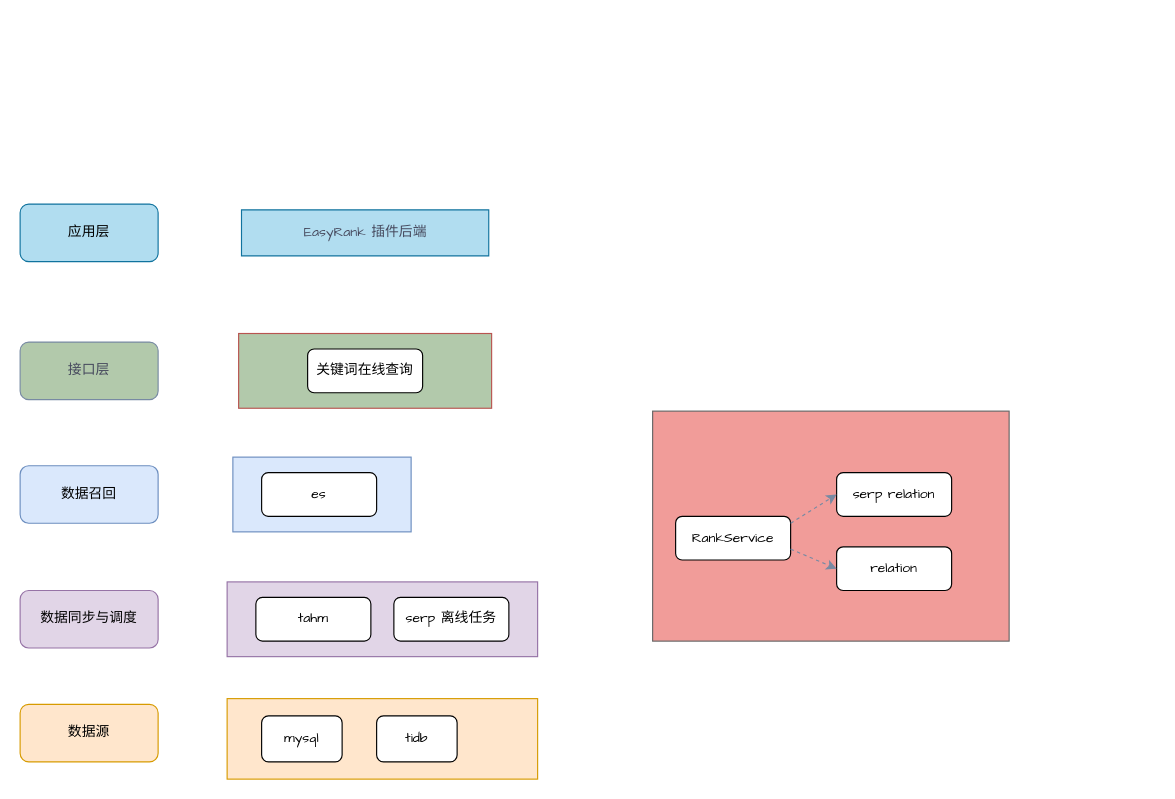
This is page "keywords-build" (2 of 2) of seo.drawio from silan-liu/drawio, a draw.io file, before an edit. Source tidied: cells renumbered, new cells numbered last; positions are measured from the earlier drawing's top-left corner, leaving out a move shared by most shapes. Both pictures are drawn from the tidied source at 115%, with x=0, y=0 at pixel (20, 204).
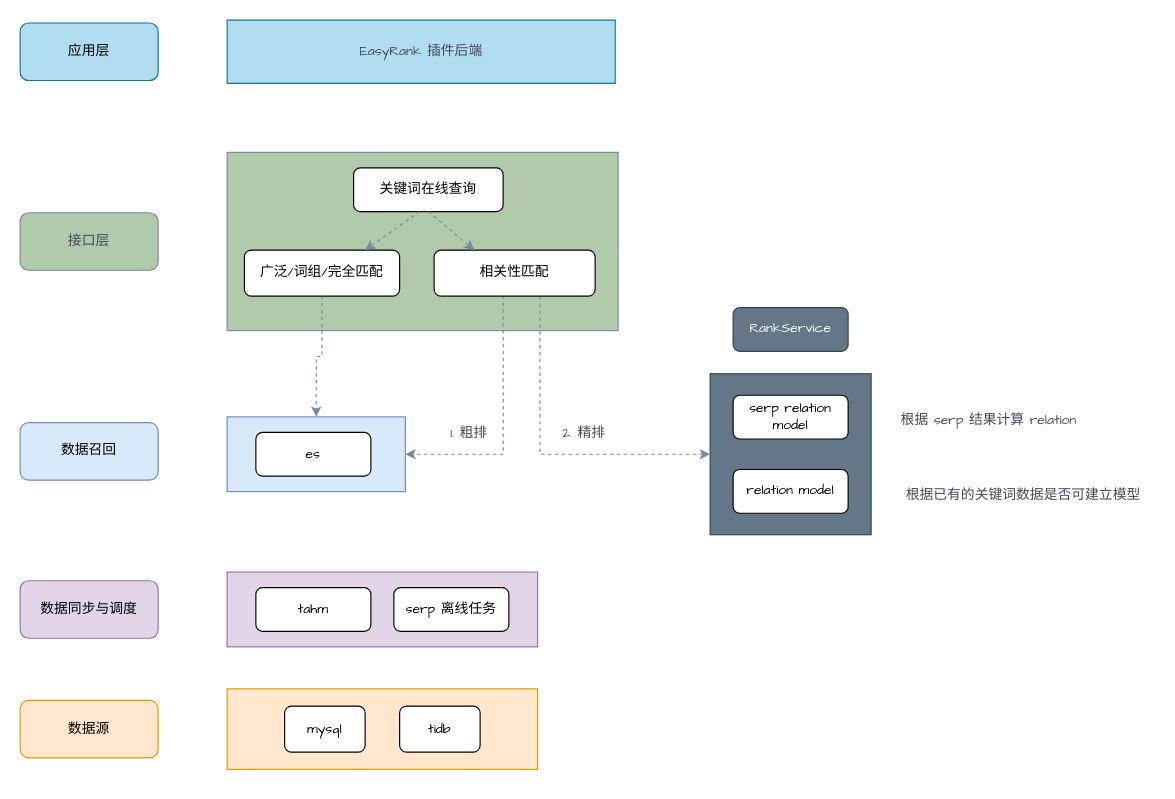
Above is the later version.

What changed in the source:
```diff
@@
     <mxCell id="2" value="数据源" style="rounded=1;whiteSpace=wrap;html=1;fillColor=#ffe6cc;strokeColor=#d79b00;fontFamily=Comic Sans MS;fontSize=12;" parent="1" vertex="1">
-      <mxGeometry y="435" width="120" height="50" as="geometry" />
+      <mxGeometry y="431.5" width="120" height="50" as="geometry" />
     </mxCell>
     <mxCell id="3" value="接口层" style="rounded=1;whiteSpace=wrap;html=1;fillColor=#B2C9AB;strokeColor=#788AA3;fontColor=#46495D;fontFamily=Comic Sans MS;fontSize=12;" parent="1" vertex="1">
-      <mxGeometry y="120" width="120" height="50" as="geometry" />
+      <mxGeometry y="7.5" width="120" height="50" as="geometry" />
     </mxCell>
     <mxCell id="4" value="应用层" style="rounded=1;whiteSpace=wrap;html=1;fillColor=#b1ddf0;strokeColor=#10739e;fontFamily=Comic Sans MS;fontSize=12;" parent="1" vertex="1">
-      <mxGeometry width="120" height="50" as="geometry" />
+      <mxGeometry y="-157.5" width="120" height="50" as="geometry" />
     </mxCell>
     <mxCell id="5" style="shape=table;startSize=0;childLayout=tableLayout;comic=0;strokeColor=#10739e;fillColor=#b1ddf0;fontFamily=Comic Sans MS;fontSize=12;" parent="1" vertex="1">
-      <mxGeometry x="192.5" y="5" width="215" height="40" as="geometry" />
+      <mxGeometry x="180" y="-160" width="337.5" height="55" as="geometry" />
     </mxCell>
     <mxCell id="6" style="shape=tableRow;horizontal=0;startSize=0;swimlaneHead=0;swimlaneBody=0;top=0;left=0;bottom=0;right=0;fillColor=none;comic=0;strokeColor=#788AA3;fontColor=#46495D;fontFamily=Comic Sans MS;fontSize=12;" parent="5" vertex="1">
-      <mxGeometry width="215" height="40" as="geometry" />
+      <mxGeometry width="337.5" height="55" as="geometry" />
     </mxCell>
     <mxCell id="7" value="EasyRank 插件后端" style="shape=partialRectangle;html=1;whiteSpace=wrap;overflow=hidden;fillColor=none;top=0;left=0;bottom=0;right=0;comic=0;strokeColor=#788AA3;fontColor=#46495D;fontFamily=Comic Sans MS;fontSize=12;" parent="6" vertex="1">
-      <mxGeometry width="215" height="40" as="geometry" />
+      <mxGeometry width="338" height="55" as="geometry" />
     </mxCell>
     <mxCell id="8" style="rounded=0;whiteSpace=wrap;html=1;fillColor=#ffe6cc;strokeColor=#d79b00;fontFamily=Comic Sans MS;fontSize=12;" parent="1" vertex="1">
-      <mxGeometry x="180" y="430" width="270" height="70" as="geometry" />
+      <mxGeometry x="180" y="421.5" width="270" height="70" as="geometry" />
     </mxCell>
     <mxCell id="9" value="mysql" style="rounded=1;whiteSpace=wrap;html=1;comic=0;fontFamily=Comic Sans MS;fontSize=12;" parent="1" vertex="1">
-      <mxGeometry x="210" y="445" width="70" height="40" as="geometry" />
+      <mxGeometry x="230" y="436.5" width="70" height="40" as="geometry" />
     </mxCell>
     <mxCell id="10" value="tidb" style="rounded=1;whiteSpace=wrap;html=1;comic=0;fontFamily=Comic Sans MS;fontSize=12;" parent="1" vertex="1">
-      <mxGeometry x="310" y="445" width="70" height="40" as="geometry" />
+      <mxGeometry x="330" y="436.5" width="70" height="40" as="geometry" />
     </mxCell>
     <mxCell id="11" style="rounded=0;whiteSpace=wrap;html=1;fillColor=#e1d5e7;strokeColor=#9673a6;fontFamily=Comic Sans MS;fontSize=12;" parent="1" vertex="1">
-      <mxGeometry x="180" y="328.5" width="270" height="65" as="geometry" />
+      <mxGeometry x="180" y="320" width="270" height="65" as="geometry" />
     </mxCell>
     <mxCell id="12" value="tahm" style="rounded=1;whiteSpace=wrap;html=1;comic=0;fontFamily=Comic Sans MS;fontSize=12;" parent="1" vertex="1">
-      <mxGeometry x="205" y="342" width="100" height="38" as="geometry" />
+      <mxGeometry x="205" y="333.5" width="100" height="38" as="geometry" />
     </mxCell>
     <mxCell id="13" style="rounded=0;whiteSpace=wrap;html=1;fillColor=#dae8fc;strokeColor=#6c8ebf;fontFamily=Comic Sans MS;fontSize=12;" parent="1" vertex="1">
-      <mxGeometry x="185" y="220" width="155" height="65" as="geometry" />
+      <mxGeometry x="180" y="185" width="155" height="65" as="geometry" />
     </mxCell>
     <mxCell id="14" value="es" style="rounded=1;whiteSpace=wrap;html=1;comic=0;fontFamily=Comic Sans MS;fontSize=12;" parent="1" vertex="1">
-      <mxGeometry x="210" y="233.5" width="100" height="38" as="geometry" />
+      <mxGeometry x="205" y="198.5" width="100" height="38" as="geometry" />
     </mxCell>
-    <mxCell id="15" style="rounded=0;whiteSpace=wrap;html=1;fillColor=#F19C99;strokeColor=#666666;fontFamily=Comic Sans MS;fontSize=12;fontColor=#333333;" parent="1" vertex="1">
-      <mxGeometry x="550" y="180" width="310" height="200" as="geometry" />
+    <mxCell id="15" style="rounded=0;whiteSpace=wrap;html=1;fillColor=#647687;strokeColor=#314354;fontFamily=Comic Sans MS;fontSize=12;fontColor=#ffffff;" parent="1" vertex="1">
+      <mxGeometry x="600" y="147.5" width="140" height="140" as="geometry" />
     </mxCell>
-    <mxCell id="16" value="RankService" style="rounded=1;whiteSpace=wrap;html=1;comic=0;fontFamily=Comic Sans MS;fontSize=12;" parent="1" vertex="1">
-      <mxGeometry x="570" y="271.5" width="100" height="38" as="geometry" />
+    <mxCell id="16" value="RankService" style="rounded=1;whiteSpace=wrap;html=1;comic=0;fontFamily=Comic Sans MS;fontSize=12;fillColor=#647687;fontColor=#ffffff;strokeColor=#314354;" parent="1" vertex="1">
+      <mxGeometry x="620" y="90" width="100" height="38" as="geometry" />
     </mxCell>
-    <mxCell id="17" style="rounded=0;whiteSpace=wrap;html=1;fillColor=#B2C9AB;strokeColor=#b85450;fontFamily=Comic Sans MS;fontSize=12;" parent="1" vertex="1">
-      <mxGeometry x="190" y="112.5" width="220" height="65" as="geometry" />
+    <mxCell id="17" style="rounded=0;whiteSpace=wrap;html=1;fillColor=#B2C9AB;strokeColor=#788AA3;fontFamily=Comic Sans MS;fontSize=12;" parent="1" vertex="1">
+      <mxGeometry x="180" y="-45" width="340" height="155" as="geometry" />
     </mxCell>
     <mxCell id="18" value="&lt;span style=&quot;color: rgb(0, 0, 0);&quot;&gt;关键词在线查询&lt;/span&gt;" style="rounded=1;whiteSpace=wrap;html=1;comic=0;fontFamily=Comic Sans MS;fontSize=12;" parent="1" vertex="1">
-      <mxGeometry x="250" y="126" width="100" height="38" as="geometry" />
+      <mxGeometry x="290" y="-31.5" width="130" height="38" as="geometry" />
     </mxCell>
     <mxCell id="19" value="serp 离线任务" style="rounded=1;whiteSpace=wrap;html=1;comic=0;fontFamily=Comic Sans MS;fontSize=12;" parent="1" vertex="1">
-      <mxGeometry x="325" y="342" width="100" height="38" as="geometry" />
+      <mxGeometry x="325" y="333.5" width="100" height="38" as="geometry" />
     </mxCell>
     <mxCell id="20" value="数据同步与调度" style="rounded=1;whiteSpace=wrap;html=1;fillColor=#e1d5e7;strokeColor=#9673a6;fontFamily=Comic Sans MS;fontSize=12;" parent="1" vertex="1">
-      <mxGeometry y="336" width="120" height="50" as="geometry" />
+      <mxGeometry y="327.5" width="120" height="50" as="geometry" />
     </mxCell>
     <mxCell id="21" value="数据召回" style="rounded=1;whiteSpace=wrap;html=1;fillColor=#dae8fc;strokeColor=#6c8ebf;fontFamily=Comic Sans MS;fontSize=12;" parent="1" vertex="1">
-      <mxGeometry y="227.5" width="120" height="50" as="geometry" />
+      <mxGeometry y="190" width="120" height="50" as="geometry" />
     </mxCell>
-    <mxCell id="22" value="serp relation" style="rounded=1;whiteSpace=wrap;html=1;comic=0;fontFamily=Comic Sans MS;fontSize=12;" parent="1" vertex="1">
-      <mxGeometry x="710" y="233.5" width="100" height="38" as="geometry" />
+    <mxCell id="22" value="serp relation model" style="rounded=1;whiteSpace=wrap;html=1;comic=0;fontFamily=Comic Sans MS;fontSize=12;" parent="1" vertex="1">
+      <mxGeometry x="620" y="166.2" width="100" height="38" as="geometry" />
     </mxCell>
-    <mxCell id="23" value="relation" style="rounded=1;whiteSpace=wrap;html=1;comic=0;fontFamily=Comic Sans MS;fontSize=12;" parent="1" vertex="1">
-      <mxGeometry x="710" y="298" width="100" height="38" as="geometry" />
+    <mxCell id="23" value="relation model" style="rounded=1;whiteSpace=wrap;html=1;comic=0;fontFamily=Comic Sans MS;fontSize=12;" parent="1" vertex="1">
+      <mxGeometry x="620" y="230.8" width="100" height="38" as="geometry" />
     </mxCell>
-    <mxCell id="24" style="endArrow=classic;html=1;rounded=0;dashed=1;strokeColor=#788AA3;fontFamily=Comic Sans MS;fontSize=12;fontColor=#46495D;fillColor=#B2C9AB;entryX=0;entryY=0.5;entryDx=0;entryDy=0;" parent="1" edge="1" target="22">
-      <mxGeometry relative="1" as="geometry">
-        <mxPoint x="670" y="277.5" as="sourcePoint" />
-      </mxGeometry>
-    </mxCell>
-    <mxCell id="25" style="endArrow=classic;html=1;rounded=0;dashed=1;strokeColor=#788AA3;fontFamily=Comic Sans MS;fontSize=12;fontColor=#46495D;fillColor=#B2C9AB;exitX=1;exitY=0.75;exitDx=0;exitDy=0;entryX=0;entryY=0.5;entryDx=0;entryDy=0;" parent="1" edge="1" source="16" target="23">
-      <mxGeometry relative="1" as="geometry" />
-    </mxCell>
+    <mxCell id="26" style="edgeStyle=orthogonalEdgeStyle;rounded=0;jettySize=auto;html=1;entryX=0.5;entryY=0;entryDx=0;entryDy=0;dashed=1;strokeColor=#788AA3;fontFamily=Comic Sans MS;fontSize=12;fontColor=#46495D;fillColor=#B2C9AB;" parent="1" edge="1" source="27" target="13">
+      <mxGeometry relative="1" as="geometry" />
+    </mxCell>
+    <mxCell id="27" value="广泛/词组/完全匹配" style="rounded=1;whiteSpace=wrap;html=1;comic=0;fontFamily=Comic Sans MS;fontSize=12;" parent="1" vertex="1">
+      <mxGeometry x="195" y="40" width="135" height="40" as="geometry" />
+    </mxCell>
+    <mxCell id="28" style="edgeStyle=orthogonalEdgeStyle;rounded=0;jettySize=auto;html=1;entryX=1;entryY=0.5;entryDx=0;entryDy=0;dashed=1;strokeColor=#788AA3;fontFamily=Comic Sans MS;fontSize=12;fontColor=#46495D;fillColor=#B2C9AB;exitX=0.429;exitY=0.988;exitDx=0;exitDy=0;exitPerimeter=0;" parent="1" edge="1" source="30" target="13">
+      <mxGeometry relative="1" as="geometry" />
+    </mxCell>
+    <mxCell id="29" style="edgeStyle=orthogonalEdgeStyle;rounded=0;jettySize=auto;html=1;exitX=0.657;exitY=1.013;exitDx=0;exitDy=0;entryX=0;entryY=0.5;entryDx=0;entryDy=0;dashed=1;strokeColor=#788AA3;fontFamily=Comic Sans MS;fontSize=12;fontColor=#46495D;fillColor=#B2C9AB;exitPerimeter=0;" parent="1" edge="1" source="30" target="15">
+      <mxGeometry relative="1" as="geometry" />
+    </mxCell>
+    <mxCell id="30" value="相关性匹配" style="rounded=1;whiteSpace=wrap;html=1;comic=0;fontFamily=Comic Sans MS;fontSize=12;" parent="1" vertex="1">
+      <mxGeometry x="360" y="40" width="140" height="40" as="geometry" />
+    </mxCell>
+    <mxCell id="31" style="endArrow=classic;html=1;rounded=0;dashed=1;strokeColor=#788AA3;fontFamily=Comic Sans MS;fontSize=12;fontColor=#46495D;fillColor=#B2C9AB;" parent="1" edge="1">
+      <mxGeometry relative="1" as="geometry">
+        <mxPoint x="347.5" y="6.5" as="sourcePoint" />
+        <mxPoint x="300" y="40" as="targetPoint" />
+      </mxGeometry>
+    </mxCell>
+    <mxCell id="32" style="endArrow=classic;html=1;rounded=0;dashed=1;strokeColor=#788AA3;fontFamily=Comic Sans MS;fontSize=12;fontColor=#46495D;fillColor=#B2C9AB;entryX=0.25;entryY=0;entryDx=0;entryDy=0;exitX=0.5;exitY=1;exitDx=0;exitDy=0;" parent="1" edge="1" source="18" target="30">
+      <mxGeometry relative="1" as="geometry" />
+    </mxCell>
+    <mxCell id="33" value="1. 粗排" style="text;html=1;align=center;verticalAlign=middle;strokeColor=none;fillColor=none;fontSize=12;fontFamily=Comic Sans MS;fontColor=#46495D;" parent="1" vertex="1">
+      <mxGeometry x="360" y="185" width="60" height="30" as="geometry" />
+    </mxCell>
+    <mxCell id="34" value="2. 精排" style="text;html=1;align=center;verticalAlign=middle;strokeColor=none;fillColor=none;fontSize=12;fontFamily=Comic Sans MS;fontColor=#46495D;" parent="1" vertex="1">
+      <mxGeometry x="460" y="185" width="60" height="30" as="geometry" />
+    </mxCell>
+    <mxCell id="35" value="根据 serp 结果计算 relation" style="text;html=1;align=center;verticalAlign=middle;strokeColor=none;fillColor=none;fontSize=12;fontFamily=Comic Sans MS;fontColor=#46495D;" parent="1" vertex="1">
+      <mxGeometry x="757" y="174.2" width="170" height="30" as="geometry" />
+    </mxCell>
+    <mxCell id="36" value="根据已有的关键词数据是否可建立模型" style="text;html=1;align=center;verticalAlign=middle;strokeColor=none;fillColor=none;fontSize=12;fontFamily=Comic Sans MS;fontColor=#46495D;" parent="1" vertex="1">
+      <mxGeometry x="757" y="238.8" width="230" height="30" as="geometry" />
+    </mxCell>
```
